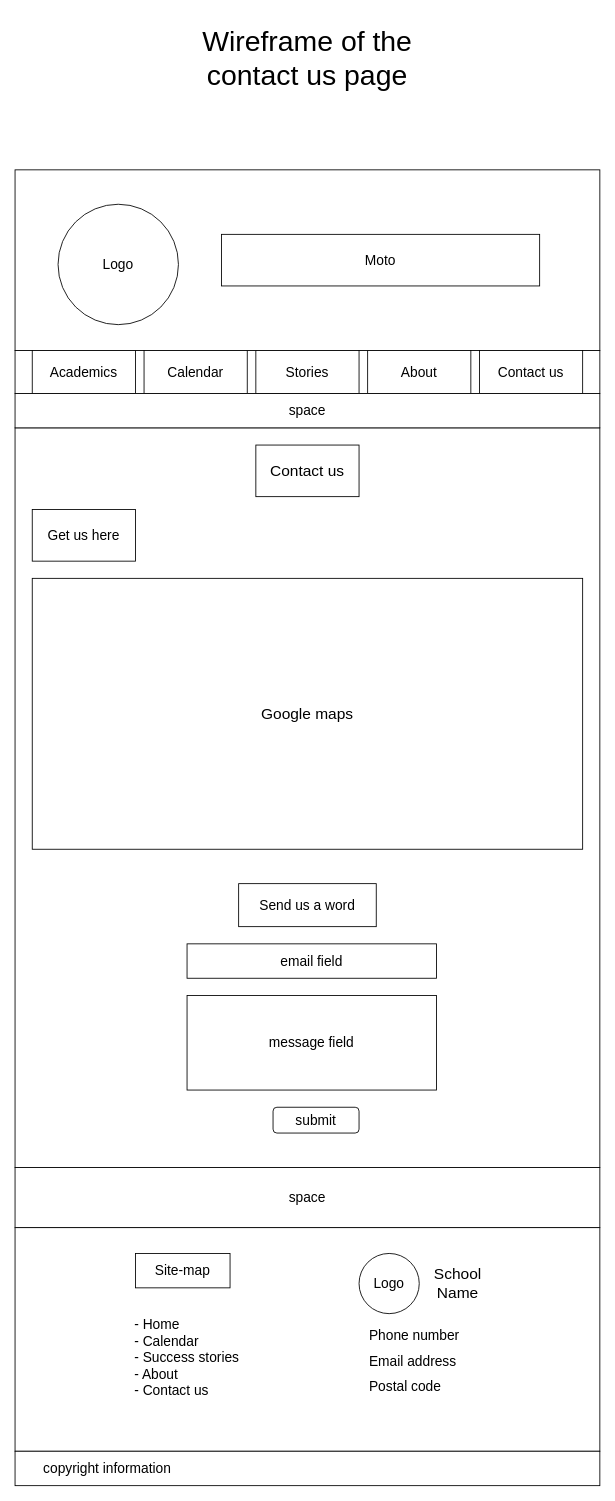
The draw.io diagram design/contact_us_page_wireframe.drawio in sami-bre/UGR-0848-13, before the edit. Source tidied: cells renumbered, new cells numbered last; positions are measured from the earlier drawing's top-left corner, leaving out a move shared by most shapes. Both pictures are drawn from the tidied source at 86%, with x=0, y=0 at pixel (15, 15).
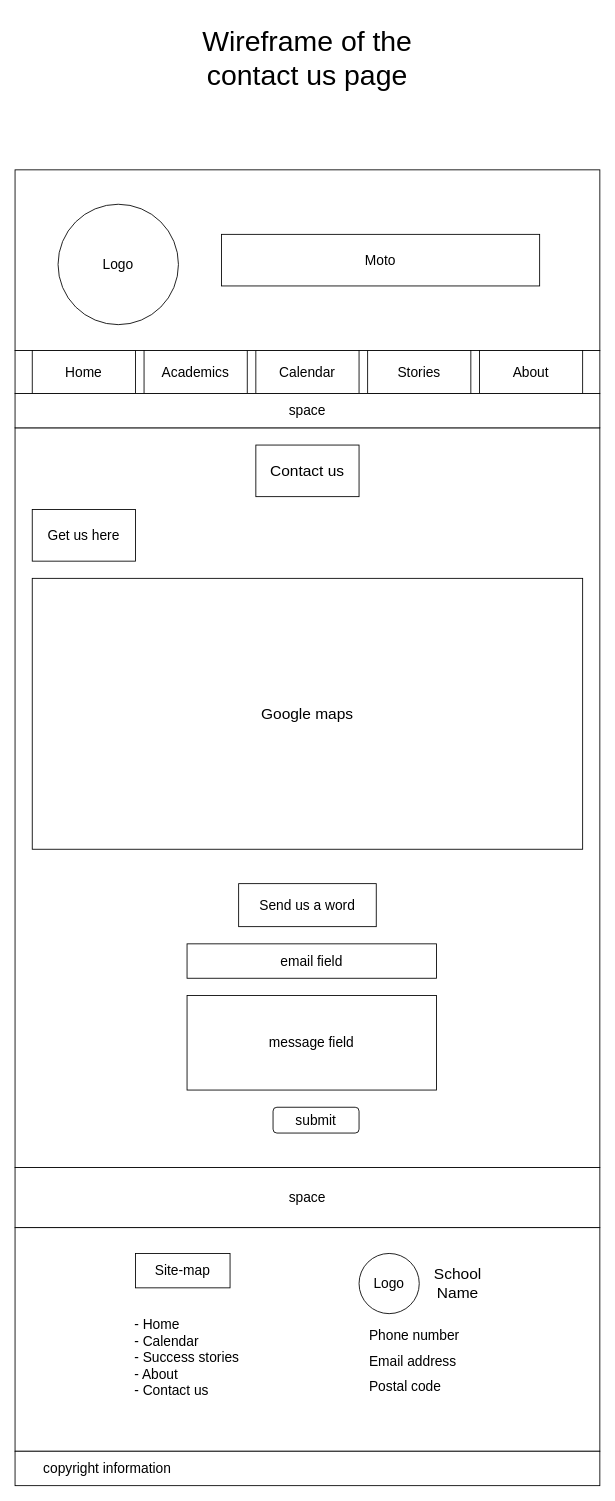
The same page after the edit.

Change to the diagram source:
```diff
@@
     <mxCell id="8" value="Academics" style="rounded=0;whiteSpace=wrap;html=1;fontSize=16;" parent="1" vertex="1">
-      <mxGeometry x="20" y="390" width="120" height="50" as="geometry" />
+      <mxGeometry x="150" y="390" width="120" height="50" as="geometry" />
     </mxCell>
     <mxCell id="9" value="Calendar" style="rounded=0;whiteSpace=wrap;html=1;fontSize=16;" parent="1" vertex="1">
-      <mxGeometry x="150" y="390" width="120" height="50" as="geometry" />
+      <mxGeometry x="280" y="390" width="120" height="50" as="geometry" />
     </mxCell>
     <mxCell id="10" value="About" style="rounded=0;whiteSpace=wrap;html=1;fontSize=16;" parent="1" vertex="1">
-      <mxGeometry x="410" y="390" width="120" height="50" as="geometry" />
+      <mxGeometry x="540" y="390" width="120" height="50" as="geometry" />
     </mxCell>
-    <mxCell id="11" value="Contact us" style="rounded=0;whiteSpace=wrap;html=1;fontSize=16;" parent="1" vertex="1">
-      <mxGeometry x="540" y="390" width="120" height="50" as="geometry" />
+    <mxCell id="11" value="Home" style="rounded=0;whiteSpace=wrap;html=1;fontSize=16;" parent="1" vertex="1">
+      <mxGeometry x="20" y="390" width="120" height="50" as="geometry" />
     </mxCell>
@@
     <mxCell id="13" value="Stories" style="rounded=0;whiteSpace=wrap;html=1;fontSize=16;" parent="1" vertex="1">
-      <mxGeometry x="280" y="390" width="120" height="50" as="geometry" />
+      <mxGeometry x="410" y="390" width="120" height="50" as="geometry" />
     </mxCell>
```
